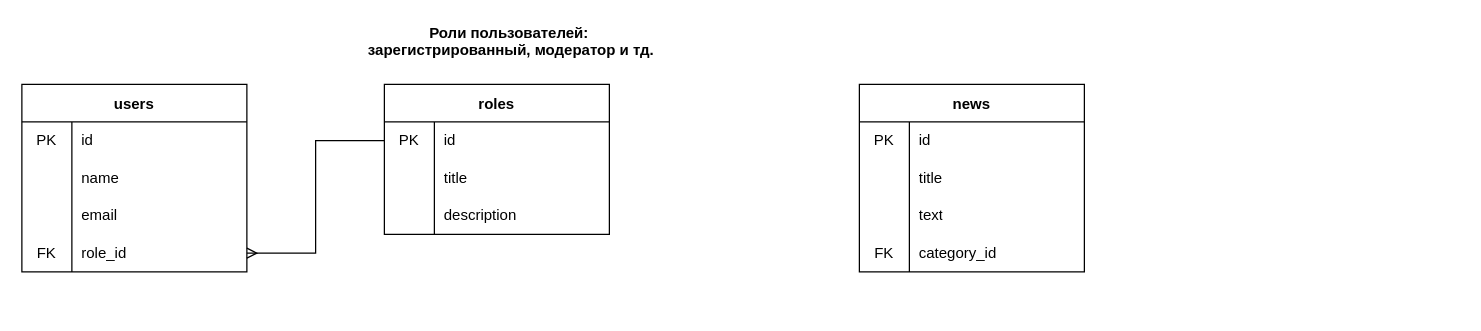
Earlier version of the draw.io diagram tables.drawio (Drivesss/ReshUCube). Source tidied: cells renumbered, new cells numbered last; positions are measured from the earlier drawing's top-left corner, leaving out a move shared by most shapes. Both pictures are drawn from the tidied source at 125%, with x=0, y=0 at pixel (21, 21).
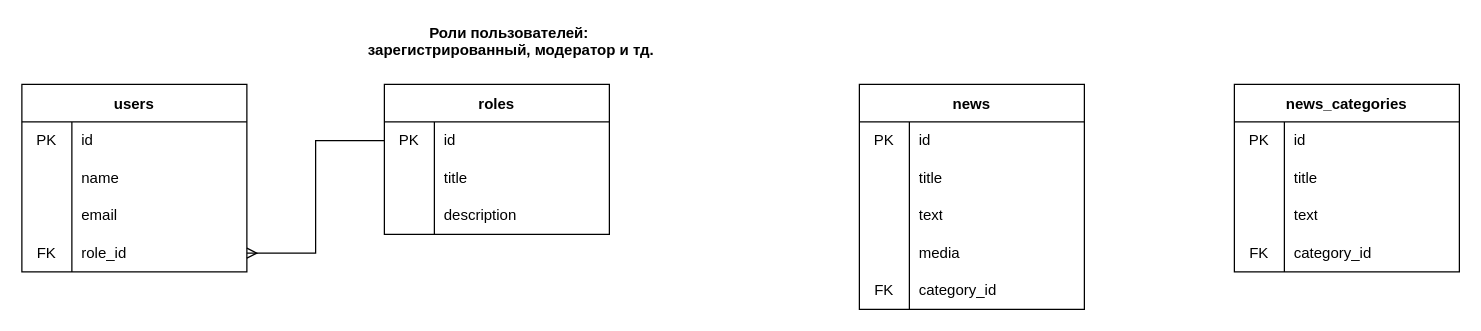
The same diagram, later.

The edit, as a diff of the source:
```diff
@@
+    <mxCell id="40" value="news_categories" style="shape=table;startSize=30;childLayout=tableLayout;rowLines=0;fontStyle=1;" parent="1" vertex="1">
+      <mxGeometry x="970" y="50" width="180" height="150" as="geometry" />
+    </mxCell>
+    <mxCell id="41" style="shape=tableRow;horizontal=0;startSize=0;swimlaneHead=0;swimlaneBody=0;top=0;left=0;bottom=0;right=0;fillColor=none;" parent="40" vertex="1">
+      <mxGeometry y="30" width="180" height="30" as="geometry" />
+    </mxCell>
+    <mxCell id="42" value="PK" style="shape=partialRectangle;html=1;whiteSpace=wrap;fillColor=none;top=0;left=0;bottom=0;right=0;overflow=hidden;" parent="41" vertex="1">
+      <mxGeometry width="40" height="30" as="geometry" />
+    </mxCell>
+    <mxCell id="43" value="id&lt;br&gt;" style="shape=partialRectangle;html=1;whiteSpace=wrap;fillColor=none;top=0;left=0;bottom=0;right=0;align=left;spacingLeft=6;overflow=hidden;" parent="41" vertex="1">
+      <mxGeometry x="40" width="140" height="30" as="geometry" />
+    </mxCell>
+    <mxCell id="44" style="shape=tableRow;horizontal=0;startSize=0;swimlaneHead=0;swimlaneBody=0;top=0;left=0;bottom=0;right=0;fillColor=none;" parent="40" vertex="1">
+      <mxGeometry y="60" width="180" height="30" as="geometry" />
+    </mxCell>
+    <mxCell id="45" style="shape=partialRectangle;html=1;whiteSpace=wrap;fillColor=none;top=0;left=0;bottom=0;right=0;overflow=hidden;" parent="44" vertex="1">
+      <mxGeometry width="40" height="30" as="geometry" />
+    </mxCell>
+    <mxCell id="46" value="title" style="shape=partialRectangle;html=1;whiteSpace=wrap;fillColor=none;top=0;left=0;bottom=0;right=0;align=left;spacingLeft=6;overflow=hidden;" parent="44" vertex="1">
+      <mxGeometry x="40" width="140" height="30" as="geometry" />
+    </mxCell>
+    <mxCell id="47" style="shape=tableRow;horizontal=0;startSize=0;swimlaneHead=0;swimlaneBody=0;top=0;left=0;bottom=0;right=0;fillColor=none;" parent="40" vertex="1">
+      <mxGeometry y="90" width="180" height="30" as="geometry" />
+    </mxCell>
+    <mxCell id="48" style="shape=partialRectangle;html=1;whiteSpace=wrap;fillColor=none;top=0;left=0;bottom=0;right=0;overflow=hidden;" parent="47" vertex="1">
+      <mxGeometry width="40" height="30" as="geometry" />
+    </mxCell>
+    <mxCell id="49" value="text" style="shape=partialRectangle;html=1;whiteSpace=wrap;fillColor=none;top=0;left=0;bottom=0;right=0;align=left;spacingLeft=6;overflow=hidden;" parent="47" vertex="1">
+      <mxGeometry x="40" width="140" height="30" as="geometry" />
+    </mxCell>
+    <mxCell id="50" style="shape=tableRow;horizontal=0;startSize=0;swimlaneHead=0;swimlaneBody=0;top=0;left=0;bottom=0;right=0;fillColor=none;" parent="40" vertex="1">
+      <mxGeometry y="120" width="180" height="30" as="geometry" />
+    </mxCell>
+    <mxCell id="51" value="FK" style="shape=partialRectangle;html=1;whiteSpace=wrap;fillColor=none;top=0;left=0;bottom=0;right=0;overflow=hidden;" parent="50" vertex="1">
+      <mxGeometry width="40" height="30" as="geometry" />
+    </mxCell>
+    <mxCell id="52" value="category_id" style="shape=partialRectangle;html=1;whiteSpace=wrap;fillColor=none;top=0;left=0;bottom=0;right=0;align=left;spacingLeft=6;overflow=hidden;" parent="50" vertex="1">
+      <mxGeometry x="40" width="140" height="30" as="geometry" />
+    </mxCell>
     <mxCell id="27" value="news" style="shape=table;startSize=30;childLayout=tableLayout;rowLines=0;fontStyle=1;" parent="1" vertex="1">
-      <mxGeometry x="670" y="50" width="180" height="150" as="geometry" />
+      <mxGeometry x="670" y="50" width="180" height="180" as="geometry" />
     </mxCell>
@@
+    <mxCell id="53" style="shape=tableRow;horizontal=0;startSize=0;swimlaneHead=0;swimlaneBody=0;top=0;left=0;bottom=0;right=0;fillColor=none;" parent="27" vertex="1">
+      <mxGeometry y="120" width="180" height="30" as="geometry" />
+    </mxCell>
+    <mxCell id="54" style="shape=partialRectangle;html=1;whiteSpace=wrap;fillColor=none;top=0;left=0;bottom=0;right=0;overflow=hidden;" parent="53" vertex="1">
+      <mxGeometry width="40" height="30" as="geometry" />
+    </mxCell>
+    <mxCell id="55" value="media" style="shape=partialRectangle;html=1;whiteSpace=wrap;fillColor=none;top=0;left=0;bottom=0;right=0;align=left;spacingLeft=6;overflow=hidden;" parent="53" vertex="1">
+      <mxGeometry x="40" width="140" height="30" as="geometry" />
+    </mxCell>
     <mxCell id="37" style="shape=tableRow;horizontal=0;startSize=0;swimlaneHead=0;swimlaneBody=0;top=0;left=0;bottom=0;right=0;fillColor=none;" parent="27" vertex="1">
-      <mxGeometry y="120" width="180" height="30" as="geometry" />
+      <mxGeometry y="150" width="180" height="30" as="geometry" />
     </mxCell>
```
